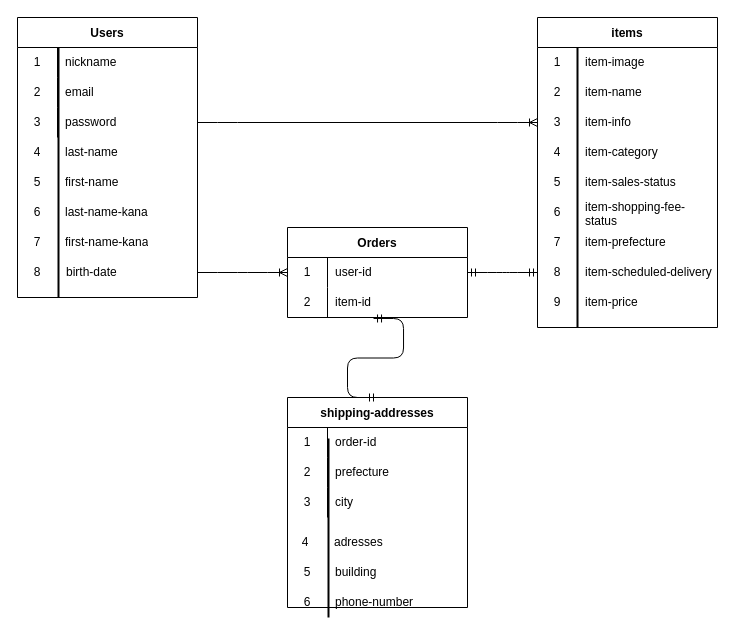
The draw.io diagram ER.dio in mayaya6917/furima-39829, before the edit. Source tidied: cells renumbered, new cells numbered last; positions are measured from the earlier drawing's top-left corner, leaving out a move shared by most shapes. Both pictures are drawn from the tidied source at 100%, with x=0, y=0 at pixel (17, 17).
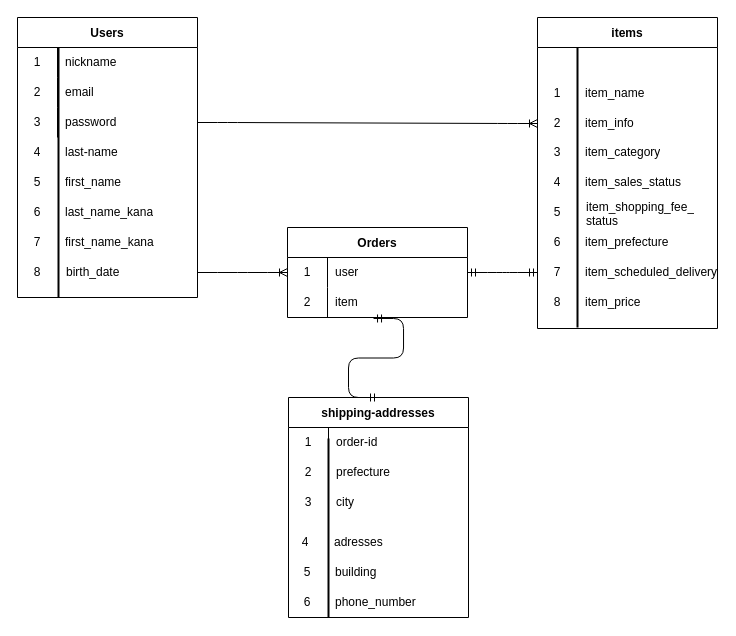
The same diagram, later.

Commit message (it also covers changes not shown here):
データ設計修正1

Unchanged cells that the change refers to:
```xml
<mxCell id="17" style="shape=tableRow;horizontal=0;startSize=0;swimlaneHead=0;swimlaneBody=0;top=0;left=0;bottom=0;right=0;fillColor=none;points=[[0,0.5],[1,0.5]];portConstraint=eastwest;" parent="1" vertex="1">
  <mxGeometry y="240" width="180" height="30" as="geometry" />
</mxCell>
<mxCell id="37" style="shape=tableRow;horizontal=0;startSize=0;swimlaneHead=0;swimlaneBody=0;top=0;left=0;bottom=0;right=0;fillColor=none;" parent="1" vertex="1">
  <mxGeometry x="520" y="120" width="180" height="30" as="geometry" />
</mxCell>
<mxCell id="40" style="shape=tableRow;horizontal=0;startSize=0;swimlaneHead=0;swimlaneBody=0;top=0;left=0;bottom=0;right=0;fillColor=none;" parent="1" vertex="1">
  <mxGeometry x="520" y="150" width="180" height="30" as="geometry" />
</mxCell>
<mxCell id="43" style="shape=tableRow;horizontal=0;startSize=0;swimlaneHead=0;swimlaneBody=0;top=0;left=0;bottom=0;right=0;fillColor=none;" parent="1" vertex="1">
  <mxGeometry x="520" y="180" width="180" height="30" as="geometry" />
</mxCell>
<mxCell id="46" style="shape=tableRow;horizontal=0;startSize=0;swimlaneHead=0;swimlaneBody=0;top=0;left=0;bottom=0;right=0;fillColor=none;" parent="1" vertex="1">
  <mxGeometry x="520" y="210" width="180" height="30" as="geometry" />
</mxCell>
<mxCell id="49" style="shape=tableRow;horizontal=0;startSize=0;swimlaneHead=0;swimlaneBody=0;top=0;left=0;bottom=0;right=0;fillColor=none;points=[[0,0.5],[1,0.5]];portConstraint=eastwest;" parent="1" vertex="1">
  <mxGeometry x="520" y="240" width="180" height="30" as="geometry" />
</mxCell>
<mxCell id="52" style="shape=tableRow;horizontal=0;startSize=0;swimlaneHead=0;swimlaneBody=0;top=0;left=0;bottom=0;right=0;fillColor=none;" parent="1" vertex="1">
  <mxGeometry x="520" y="270" width="180" height="30" as="geometry" />
</mxCell>
<mxCell id="58" style="shape=tableRow;horizontal=0;startSize=0;swimlaneHead=0;swimlaneBody=0;top=0;left=0;bottom=0;right=0;fillColor=none;points=[[0,0.5],[1,0.5]];portConstraint=eastwest;" parent="57" vertex="1">
  <mxGeometry y="30" width="180" height="30" as="geometry" />
</mxCell>
<mxCell id="61" style="shape=tableRow;horizontal=0;startSize=0;swimlaneHead=0;swimlaneBody=0;top=0;left=0;bottom=0;right=0;fillColor=none;points=[[0,0.5],[1,0.5]];portConstraint=eastwest;" parent="57" vertex="1">
  <mxGeometry y="60" width="180" height="30" as="geometry" />
</mxCell>
<mxCell id="82" style="shape=tableRow;horizontal=0;startSize=0;swimlaneHead=0;swimlaneBody=0;top=0;left=0;bottom=0;right=0;fillColor=none;" parent="1" vertex="1">
  <mxGeometry x="270" y="570" width="180" height="30" as="geometry" />
</mxCell>
```

Diff of the diagram source:
```diff
@@
-    <mxCell id="14" value="first-name" style="shape=partialRectangle;html=1;whiteSpace=wrap;fillColor=none;top=0;left=0;bottom=0;right=0;align=left;spacingLeft=6;overflow=hidden;" parent="1" vertex="1">
+    <mxCell id="14" value="first_name" style="shape=partialRectangle;html=1;whiteSpace=wrap;fillColor=none;top=0;left=0;bottom=0;right=0;align=left;spacingLeft=6;overflow=hidden;" parent="1" vertex="1">
       <mxGeometry x="40" y="150" width="140" height="30" as="geometry" />
     </mxCell>
-    <mxCell id="15" value="last-name-kana" style="shape=partialRectangle;html=1;whiteSpace=wrap;fillColor=none;top=0;left=0;bottom=0;right=0;align=left;spacingLeft=6;overflow=hidden;" parent="1" vertex="1">
+    <mxCell id="15" value="last_name_kana" style="shape=partialRectangle;html=1;whiteSpace=wrap;fillColor=none;top=0;left=0;bottom=0;right=0;align=left;spacingLeft=6;overflow=hidden;" parent="1" vertex="1">
       <mxGeometry x="40" y="180" width="140" height="30" as="geometry" />
     </mxCell>
-    <mxCell id="16" value="first-name-kana" style="shape=partialRectangle;html=1;whiteSpace=wrap;fillColor=none;top=0;left=0;bottom=0;right=0;align=left;spacingLeft=6;overflow=hidden;" parent="1" vertex="1">
+    <mxCell id="16" value="first_name_kana" style="shape=partialRectangle;html=1;whiteSpace=wrap;fillColor=none;top=0;left=0;bottom=0;right=0;align=left;spacingLeft=6;overflow=hidden;" parent="1" vertex="1">
       <mxGeometry x="40" y="210" width="140" height="30" as="geometry" />
     </mxCell>
@@
-    <mxCell id="19" value="birth-date" style="shape=partialRectangle;html=1;whiteSpace=wrap;fillColor=none;top=0;left=0;bottom=0;right=0;align=left;spacingLeft=6;overflow=hidden;" parent="17" vertex="1">
+    <mxCell id="19" value="birth_date" style="shape=partialRectangle;html=1;whiteSpace=wrap;fillColor=none;top=0;left=0;bottom=0;right=0;align=left;spacingLeft=6;overflow=hidden;" parent="17" vertex="1">
       <mxGeometry x="41" width="140" height="30" as="geometry" />
     </mxCell>
@@
     <mxCell id="27" value="items" style="shape=table;startSize=30;childLayout=tableLayout;rowLines=0;fontStyle=1;" parent="1" vertex="1">
-      <mxGeometry x="520" width="180" height="310" as="geometry" />
+      <mxGeometry x="520" width="180" height="311" as="geometry" />
     </mxCell>
     <mxCell id="28" style="shape=tableRow;horizontal=0;startSize=0;swimlaneHead=0;swimlaneBody=0;top=0;left=0;bottom=0;right=0;fillColor=none;" parent="27" vertex="1">
-      <mxGeometry y="30" width="180" height="30" as="geometry" />
+      <mxGeometry y="30" width="180" height="31" as="geometry" />
     </mxCell>
-    <mxCell id="29" value="1" style="shape=partialRectangle;html=1;whiteSpace=wrap;fillColor=none;top=0;left=0;bottom=0;right=0;overflow=hidden;" parent="28" vertex="1">
-      <mxGeometry width="40" height="30" as="geometry" />
+    <mxCell id="29" style="shape=partialRectangle;html=1;whiteSpace=wrap;fillColor=none;top=0;left=0;bottom=0;right=0;overflow=hidden;" parent="28" vertex="1">
+      <mxGeometry width="40" height="31" as="geometry" />
     </mxCell>
-    <mxCell id="30" value="item-image" style="shape=partialRectangle;html=1;whiteSpace=wrap;fillColor=none;top=0;left=0;bottom=0;right=0;align=left;spacingLeft=6;overflow=hidden;" parent="28" vertex="1">
-      <mxGeometry x="40" width="140" height="30" as="geometry" />
+    <mxCell id="30" style="shape=partialRectangle;html=1;whiteSpace=wrap;fillColor=none;top=0;left=0;bottom=0;right=0;align=left;spacingLeft=6;overflow=hidden;" parent="28" vertex="1">
+      <mxGeometry x="40" width="140" height="31" as="geometry" />
     </mxCell>
     <mxCell id="31" style="shape=tableRow;horizontal=0;startSize=0;swimlaneHead=0;swimlaneBody=0;top=0;left=0;bottom=0;right=0;fillColor=none;" parent="27" vertex="1">
-      <mxGeometry y="60" width="180" height="30" as="geometry" />
+      <mxGeometry y="61" width="180" height="30" as="geometry" />
     </mxCell>
-    <mxCell id="32" value="2" style="shape=partialRectangle;html=1;whiteSpace=wrap;fillColor=none;top=0;left=0;bottom=0;right=0;overflow=hidden;" parent="31" vertex="1">
+    <mxCell id="32" value="1" style="shape=partialRectangle;html=1;whiteSpace=wrap;fillColor=none;top=0;left=0;bottom=0;right=0;overflow=hidden;" parent="31" vertex="1">
       <mxGeometry width="40" height="30" as="geometry" />
     </mxCell>
-    <mxCell id="33" value="item-name" style="shape=partialRectangle;html=1;whiteSpace=wrap;fillColor=none;top=0;left=0;bottom=0;right=0;align=left;spacingLeft=6;overflow=hidden;" parent="31" vertex="1">
+    <mxCell id="33" value="item_name" style="shape=partialRectangle;html=1;whiteSpace=wrap;fillColor=none;top=0;left=0;bottom=0;right=0;align=left;spacingLeft=6;overflow=hidden;" parent="31" vertex="1">
       <mxGeometry x="40" width="140" height="30" as="geometry" />
     </mxCell>
     <mxCell id="34" style="shape=tableRow;horizontal=0;startSize=0;swimlaneHead=0;swimlaneBody=0;top=0;left=0;bottom=0;right=0;fillColor=none;points=[[0,0.5],[1,0.5]];portConstraint=eastwest;" parent="27" vertex="1">
-      <mxGeometry y="90" width="180" height="30" as="geometry" />
+      <mxGeometry y="91" width="180" height="30" as="geometry" />
     </mxCell>
-    <mxCell id="35" value="3" style="shape=partialRectangle;html=1;whiteSpace=wrap;fillColor=none;top=0;left=0;bottom=0;right=0;overflow=hidden;" parent="34" vertex="1">
+    <mxCell id="35" value="2" style="shape=partialRectangle;html=1;whiteSpace=wrap;fillColor=none;top=0;left=0;bottom=0;right=0;overflow=hidden;" parent="34" vertex="1">
       <mxGeometry width="40" height="30" as="geometry" />
     </mxCell>
-    <mxCell id="36" value="item-info" style="shape=partialRectangle;html=1;whiteSpace=wrap;fillColor=none;top=0;left=0;bottom=0;right=0;align=left;spacingLeft=6;overflow=hidden;" parent="34" vertex="1">
+    <mxCell id="36" value="item_info" style="shape=partialRectangle;html=1;whiteSpace=wrap;fillColor=none;top=0;left=0;bottom=0;right=0;align=left;spacingLeft=6;overflow=hidden;" parent="34" vertex="1">
       <mxGeometry x="40" width="140" height="30" as="geometry" />
     </mxCell>
@@
-    <mxCell id="38" value="4" style="shape=partialRectangle;html=1;whiteSpace=wrap;fillColor=none;top=0;left=0;bottom=0;right=0;overflow=hidden;" parent="37" vertex="1">
+    <mxCell id="38" value="3" style="shape=partialRectangle;html=1;whiteSpace=wrap;fillColor=none;top=0;left=0;bottom=0;right=0;overflow=hidden;" parent="37" vertex="1">
       <mxGeometry width="40" height="30" as="geometry" />
     </mxCell>
-    <mxCell id="39" value="item-category" style="shape=partialRectangle;html=1;whiteSpace=wrap;fillColor=none;top=0;left=0;bottom=0;right=0;align=left;spacingLeft=6;overflow=hidden;" parent="37" vertex="1">
+    <mxCell id="39" value="item_category" style="shape=partialRectangle;html=1;whiteSpace=wrap;fillColor=none;top=0;left=0;bottom=0;right=0;align=left;spacingLeft=6;overflow=hidden;" parent="37" vertex="1">
       <mxGeometry x="40" width="140" height="30" as="geometry" />
     </mxCell>
@@
-    <mxCell id="41" value="5" style="shape=partialRectangle;html=1;whiteSpace=wrap;fillColor=none;top=0;left=0;bottom=0;right=0;overflow=hidden;" parent="40" vertex="1">
+    <mxCell id="41" value="4" style="shape=partialRectangle;html=1;whiteSpace=wrap;fillColor=none;top=0;left=0;bottom=0;right=0;overflow=hidden;" parent="40" vertex="1">
       <mxGeometry width="40" height="30" as="geometry" />
     </mxCell>
-    <mxCell id="42" value="item-sales-status" style="shape=partialRectangle;html=1;whiteSpace=wrap;fillColor=none;top=0;left=0;bottom=0;right=0;align=left;spacingLeft=6;overflow=hidden;" parent="40" vertex="1">
+    <mxCell id="42" value="item_sales_status" style="shape=partialRectangle;html=1;whiteSpace=wrap;fillColor=none;top=0;left=0;bottom=0;right=0;align=left;spacingLeft=6;overflow=hidden;" parent="40" vertex="1">
       <mxGeometry x="40" width="140" height="30" as="geometry" />
     </mxCell>
@@
-    <mxCell id="44" value="6" style="shape=partialRectangle;html=1;whiteSpace=wrap;fillColor=none;top=0;left=0;bottom=0;right=0;overflow=hidden;" parent="43" vertex="1">
+    <mxCell id="44" value="5" style="shape=partialRectangle;html=1;whiteSpace=wrap;fillColor=none;top=0;left=0;bottom=0;right=0;overflow=hidden;" parent="43" vertex="1">
       <mxGeometry width="40" height="30" as="geometry" />
     </mxCell>
-    <mxCell id="45" value="item-shopping-fee-status" style="shape=partialRectangle;html=1;whiteSpace=wrap;fillColor=none;top=0;left=0;bottom=0;right=0;align=left;spacingLeft=6;overflow=hidden;" parent="43" vertex="1">
-      <mxGeometry x="40" width="140" height="30" as="geometry" />
+    <mxCell id="45" value="item_shopping_fee_&lt;br&gt;status" style="shape=partialRectangle;html=1;whiteSpace=wrap;fillColor=none;top=0;left=0;bottom=0;right=0;align=left;spacingLeft=6;overflow=hidden;" parent="43" vertex="1">
+      <mxGeometry x="41" width="140" height="30" as="geometry" />
     </mxCell>
@@
-    <mxCell id="47" value="7" style="shape=partialRectangle;html=1;whiteSpace=wrap;fillColor=none;top=0;left=0;bottom=0;right=0;overflow=hidden;" parent="46" vertex="1">
+    <mxCell id="47" value="6" style="shape=partialRectangle;html=1;whiteSpace=wrap;fillColor=none;top=0;left=0;bottom=0;right=0;overflow=hidden;" parent="46" vertex="1">
       <mxGeometry width="40" height="30" as="geometry" />
     </mxCell>
-    <mxCell id="48" value="item-prefecture" style="shape=partialRectangle;html=1;whiteSpace=wrap;fillColor=none;top=0;left=0;bottom=0;right=0;align=left;spacingLeft=6;overflow=hidden;" parent="46" vertex="1">
+    <mxCell id="48" value="item_prefecture" style="shape=partialRectangle;html=1;whiteSpace=wrap;fillColor=none;top=0;left=0;bottom=0;right=0;align=left;spacingLeft=6;overflow=hidden;" parent="46" vertex="1">
       <mxGeometry x="40" width="140" height="30" as="geometry" />
     </mxCell>
@@
-    <mxCell id="50" value="8" style="shape=partialRectangle;html=1;whiteSpace=wrap;fillColor=none;top=0;left=0;bottom=0;right=0;overflow=hidden;" parent="49" vertex="1">
+    <mxCell id="50" value="7" style="shape=partialRectangle;html=1;whiteSpace=wrap;fillColor=none;top=0;left=0;bottom=0;right=0;overflow=hidden;" parent="49" vertex="1">
       <mxGeometry width="40" height="30" as="geometry" />
     </mxCell>
-    <mxCell id="51" value="item-scheduled-delivery" style="shape=partialRectangle;html=1;whiteSpace=wrap;fillColor=none;top=0;left=0;bottom=0;right=0;align=left;spacingLeft=6;overflow=hidden;" parent="49" vertex="1">
+    <mxCell id="51" value="item_scheduled_delivery" style="shape=partialRectangle;html=1;whiteSpace=wrap;fillColor=none;top=0;left=0;bottom=0;right=0;align=left;spacingLeft=6;overflow=hidden;" parent="49" vertex="1">
       <mxGeometry x="40" width="140" height="30" as="geometry" />
     </mxCell>
@@
-    <mxCell id="53" value="9" style="shape=partialRectangle;html=1;whiteSpace=wrap;fillColor=none;top=0;left=0;bottom=0;right=0;overflow=hidden;" parent="52" vertex="1">
+    <mxCell id="53" value="8" style="shape=partialRectangle;html=1;whiteSpace=wrap;fillColor=none;top=0;left=0;bottom=0;right=0;overflow=hidden;" parent="52" vertex="1">
       <mxGeometry width="40" height="30" as="geometry" />
     </mxCell>
-    <mxCell id="54" value="item-price" style="shape=partialRectangle;html=1;whiteSpace=wrap;fillColor=none;top=0;left=0;bottom=0;right=0;align=left;spacingLeft=6;overflow=hidden;" parent="52" vertex="1">
+    <mxCell id="54" value="item_price" style="shape=partialRectangle;html=1;whiteSpace=wrap;fillColor=none;top=0;left=0;bottom=0;right=0;align=left;spacingLeft=6;overflow=hidden;" parent="52" vertex="1">
       <mxGeometry x="40" width="140" height="30" as="geometry" />
     </mxCell>
@@
-    <mxCell id="60" value="user-id" style="shape=partialRectangle;html=1;whiteSpace=wrap;fillColor=none;top=0;left=0;bottom=0;right=0;align=left;spacingLeft=6;overflow=hidden;" parent="58" vertex="1">
+    <mxCell id="60" value="user" style="shape=partialRectangle;html=1;whiteSpace=wrap;fillColor=none;top=0;left=0;bottom=0;right=0;align=left;spacingLeft=6;overflow=hidden;" parent="58" vertex="1">
       <mxGeometry x="40" width="140" height="30" as="geometry" />
     </mxCell>
@@
-    <mxCell id="63" value="item-id" style="shape=partialRectangle;html=1;whiteSpace=wrap;fillColor=none;top=0;left=0;bottom=0;right=0;align=left;spacingLeft=6;overflow=hidden;" parent="61" vertex="1">
+    <mxCell id="63" value="item" style="shape=partialRectangle;html=1;whiteSpace=wrap;fillColor=none;top=0;left=0;bottom=0;right=0;align=left;spacingLeft=6;overflow=hidden;" parent="61" vertex="1">
       <mxGeometry x="40" width="140" height="30" as="geometry" />
     </mxCell>
@@
     <mxCell id="66" value="shipping-addresses" style="shape=table;startSize=30;childLayout=tableLayout;rowLines=0;fontStyle=1;" parent="1" vertex="1">
-      <mxGeometry x="270" y="380" width="180" height="210" as="geometry" />
+      <mxGeometry x="271" y="380" width="180" height="220" as="geometry" />
     </mxCell>
@@
-    <mxCell id="84" value="phone-number" style="shape=partialRectangle;html=1;whiteSpace=wrap;fillColor=none;top=0;left=0;bottom=0;right=0;align=left;spacingLeft=6;overflow=hidden;" parent="82" vertex="1">
+    <mxCell id="84" value="phone_number" style="shape=partialRectangle;html=1;whiteSpace=wrap;fillColor=none;top=0;left=0;bottom=0;right=0;align=left;spacingLeft=6;overflow=hidden;" parent="82" vertex="1">
       <mxGeometry x="40" width="140" height="30" as="geometry" />
     </mxCell>
```
